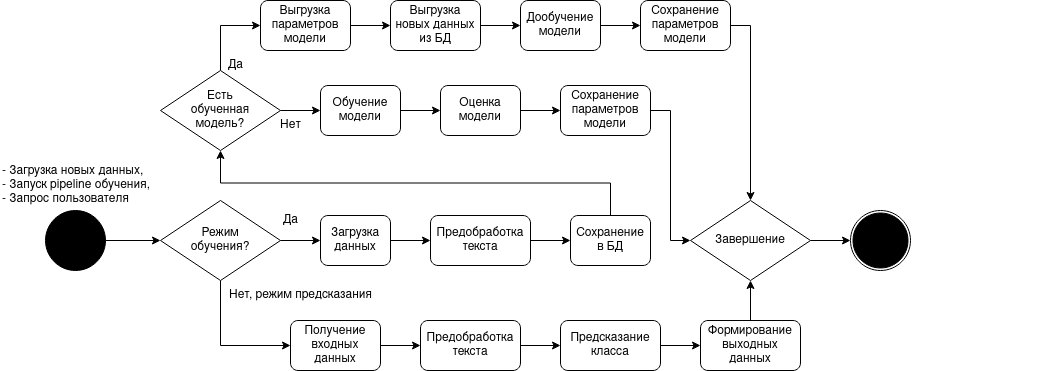
Before: docs/project/news-category-classification/img/4-activity.png, a diagram exported from draw.io (MANASLU8/ahri-source). Source tidied: cells renumbered, new cells last; positions are measured from the earlier drawing's top-left corner, leaving out a move shared by most shapes.
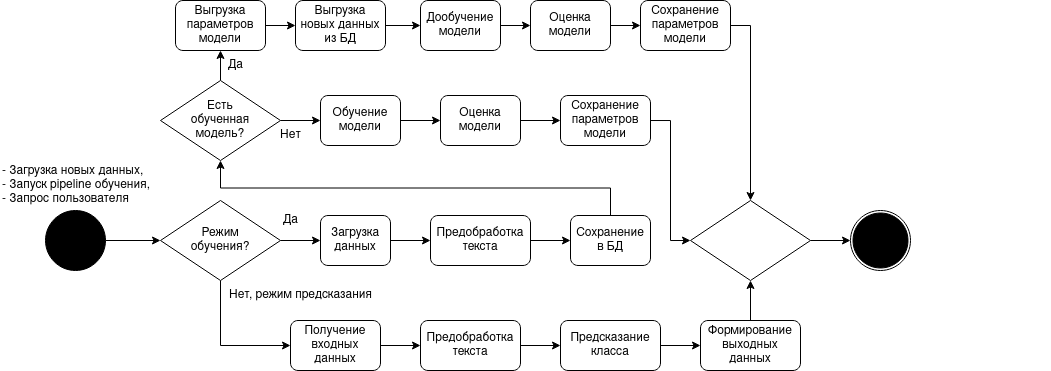
After the change.

Commit message:
[news-category-classification] Update activity diagram

Diff of the diagram source:
```diff
@@ -35,56 +35,56 @@
     <mxCell id="12" value="Сохранение&lt;br&gt;в БД" style="rounded=1;whiteSpace=wrap;html=1;" parent="1" vertex="1">
       <mxGeometry x="570" y="215" width="80" height="50" as="geometry" />
     </mxCell>
-    <mxCell id="13" style="edgeStyle=orthogonalEdgeStyle;rounded=0;jettySize=auto;html=1;exitX=0.5;exitY=0;exitDx=0;exitDy=0;entryX=0;entryY=0.5;entryDx=0;entryDy=0;" parent="1" edge="1" source="15" target="23">
+    <mxCell id="13" style="edgeStyle=orthogonalEdgeStyle;rounded=0;jettySize=auto;html=1;exitX=0.5;exitY=0;exitDx=0;exitDy=0;" parent="1" edge="1" source="15" target="23">
       <mxGeometry relative="1" as="geometry" />
     </mxCell>
     <mxCell id="14" style="edgeStyle=orthogonalEdgeStyle;rounded=0;jettySize=auto;html=1;" parent="1" edge="1" source="15" target="21">
       <mxGeometry relative="1" as="geometry" />
     </mxCell>
     <mxCell id="15" value="Есть&lt;br&gt;обученная&lt;br&gt;модель?" style="rhombus;whiteSpace=wrap;html=1;" parent="1" vertex="1">
-      <mxGeometry x="160" y="70" width="120" height="80" as="geometry" />
+      <mxGeometry x="160" y="80" width="120" height="80" as="geometry" />
     </mxCell>
     <mxCell id="16" style="edgeStyle=orthogonalEdgeStyle;rounded=0;jettySize=auto;html=1;" parent="1" edge="1" source="17" target="19">
       <mxGeometry relative="1" as="geometry" />
     </mxCell>
     <mxCell id="17" value="Выгрузка новых данных из БД" style="rounded=1;whiteSpace=wrap;html=1;" parent="1" vertex="1">
-      <mxGeometry x="390" width="90" height="50" as="geometry" />
+      <mxGeometry x="295" width="90" height="50" as="geometry" />
     </mxCell>
-    <mxCell id="18" style="edgeStyle=orthogonalEdgeStyle;rounded=0;jettySize=auto;html=1;" parent="1" edge="1" source="19" target="46">
-      <mxGeometry relative="1" as="geometry" />
-    </mxCell>
+    <mxCell id="48" style="edgeStyle=orthogonalEdgeStyle;rounded=0;jettySize=auto;html=1;" parent="1" edge="1" source="19" target="50">
+      <mxGeometry relative="1" as="geometry" />
+    </mxCell>
     <mxCell id="19" value="Дообучение модели" style="rounded=1;whiteSpace=wrap;html=1;" parent="1" vertex="1">
-      <mxGeometry x="520" width="80" height="50" as="geometry" />
+      <mxGeometry x="420" width="80" height="50" as="geometry" />
     </mxCell>
     <mxCell id="20" style="edgeStyle=orthogonalEdgeStyle;rounded=0;jettySize=auto;html=1;" parent="1" edge="1" source="21" target="25">
       <mxGeometry relative="1" as="geometry" />
     </mxCell>
     <mxCell id="21" value="Обучение модели" style="rounded=1;whiteSpace=wrap;html=1;" parent="1" vertex="1">
-      <mxGeometry x="320" y="85" width="80" height="50" as="geometry" />
+      <mxGeometry x="320" y="95" width="80" height="50" as="geometry" />
     </mxCell>
     <mxCell id="22" style="edgeStyle=orthogonalEdgeStyle;rounded=0;jettySize=auto;html=1;" parent="1" edge="1" source="23" target="17">
       <mxGeometry relative="1" as="geometry" />
     </mxCell>
     <mxCell id="23" value="Выгрузка параметров модели" style="rounded=1;whiteSpace=wrap;html=1;" parent="1" vertex="1">
-      <mxGeometry x="260" width="90" height="50" as="geometry" />
+      <mxGeometry x="175" width="90" height="50" as="geometry" />
     </mxCell>
     <mxCell id="24" style="edgeStyle=orthogonalEdgeStyle;rounded=0;jettySize=auto;html=1;" parent="1" edge="1" source="25" target="27">
       <mxGeometry relative="1" as="geometry" />
     </mxCell>
     <mxCell id="25" value="Оценка модели" style="rounded=1;whiteSpace=wrap;html=1;" parent="1" vertex="1">
-      <mxGeometry x="440" y="85" width="80" height="50" as="geometry" />
+      <mxGeometry x="440" y="95" width="80" height="50" as="geometry" />
     </mxCell>
     <mxCell id="26" style="edgeStyle=orthogonalEdgeStyle;rounded=0;jettySize=auto;html=1;entryX=0;entryY=0.5;entryDx=0;entryDy=0;" parent="1" edge="1" source="27" target="43">
       <mxGeometry relative="1" as="geometry" />
     </mxCell>
     <mxCell id="27" value="Сохранение параметров модели" style="rounded=1;whiteSpace=wrap;html=1;" parent="1" vertex="1">
-      <mxGeometry x="560" y="85" width="90" height="50" as="geometry" />
+      <mxGeometry x="560" y="95" width="90" height="50" as="geometry" />
     </mxCell>
     <mxCell id="28" value="Да" style="text;html=1;align=center;verticalAlign=middle;strokeColor=none;fillColor=none;" parent="1" vertex="1">
       <mxGeometry x="215" y="50" width="40" height="30" as="geometry" />
     </mxCell>
     <mxCell id="29" value="Нет" style="text;html=1;align=center;verticalAlign=middle;strokeColor=none;fillColor=none;" parent="1" vertex="1">
-      <mxGeometry x="270" y="110" width="40" height="30" as="geometry" />
+      <mxGeometry x="270" y="120" width="40" height="30" as="geometry" />
     </mxCell>
     <mxCell id="30" value="Да" style="text;html=1;align=center;verticalAlign=middle;strokeColor=none;fillColor=none;" parent="1" vertex="1">
       <mxGeometry x="270" y="205" width="40" height="30" as="geometry" />
@@ -125,7 +125,7 @@
     <mxCell id="42" style="edgeStyle=orthogonalEdgeStyle;rounded=0;jettySize=auto;html=1;entryX=0;entryY=0.5;entryDx=0;entryDy=0;" parent="1" edge="1" source="43" target="40">
       <mxGeometry relative="1" as="geometry" />
     </mxCell>
-    <mxCell id="43" value="Завершение" style="rhombus;whiteSpace=wrap;html=1;" parent="1" vertex="1">
+    <mxCell id="43" style="rhombus;whiteSpace=wrap;html=1;" parent="1" vertex="1">
       <mxGeometry x="690" y="200" width="120" height="80" as="geometry" />
     </mxCell>
     <mxCell id="44" value="Нет, режим предсказания" style="text;html=1;align=center;verticalAlign=middle;strokeColor=none;fillColor=none;" parent="1" vertex="1">
@@ -140,5 +140,11 @@
     <mxCell id="47" value="- Загрузка новых данных,&lt;br&gt;- Запуск pipeline обучения,&lt;br&gt;- Запрос пользователя" style="text;html=1;strokeColor=none;fillColor=none;align=left;verticalAlign=middle;whiteSpace=wrap;rounded=0;" parent="1" vertex="1">
       <mxGeometry y="160" width="150" height="50" as="geometry" />
     </mxCell>
+    <mxCell id="49" style="edgeStyle=orthogonalEdgeStyle;rounded=0;jettySize=auto;html=1;" parent="1" edge="1" source="50" target="46">
+      <mxGeometry relative="1" as="geometry" />
+    </mxCell>
+    <mxCell id="50" value="Оценка модели" style="rounded=1;whiteSpace=wrap;html=1;" parent="1" vertex="1">
+      <mxGeometry x="530" width="80" height="50" as="geometry" />
+    </mxCell>
   </root>
 </mxGraphModel>
```
